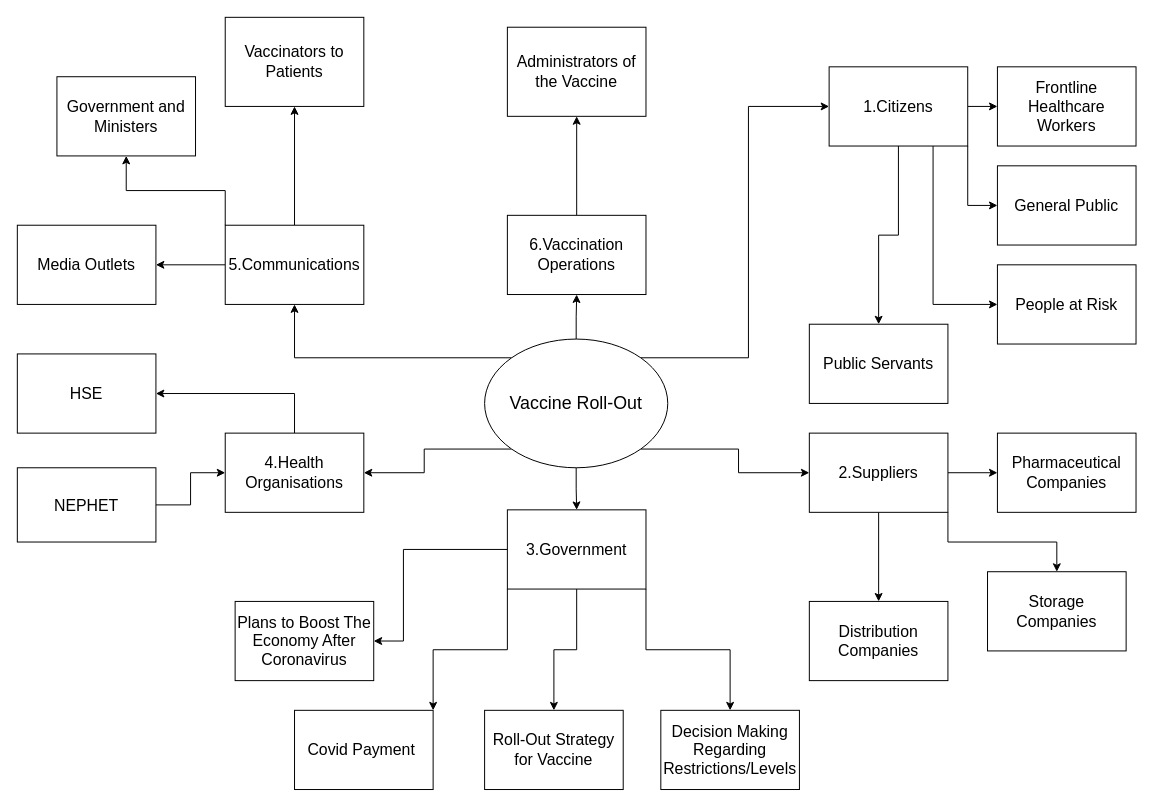
This is Stakeholder Map.drawio from 119433684/119433684.github.io, a draw.io file, before an edit. Source tidied: cells renumbered, new cells numbered last; positions are measured from the earlier drawing's top-left corner, leaving out a move shared by most shapes. Both pictures are drawn from the tidied source at 99%, with x=0, y=0 at pixel (17, 17).
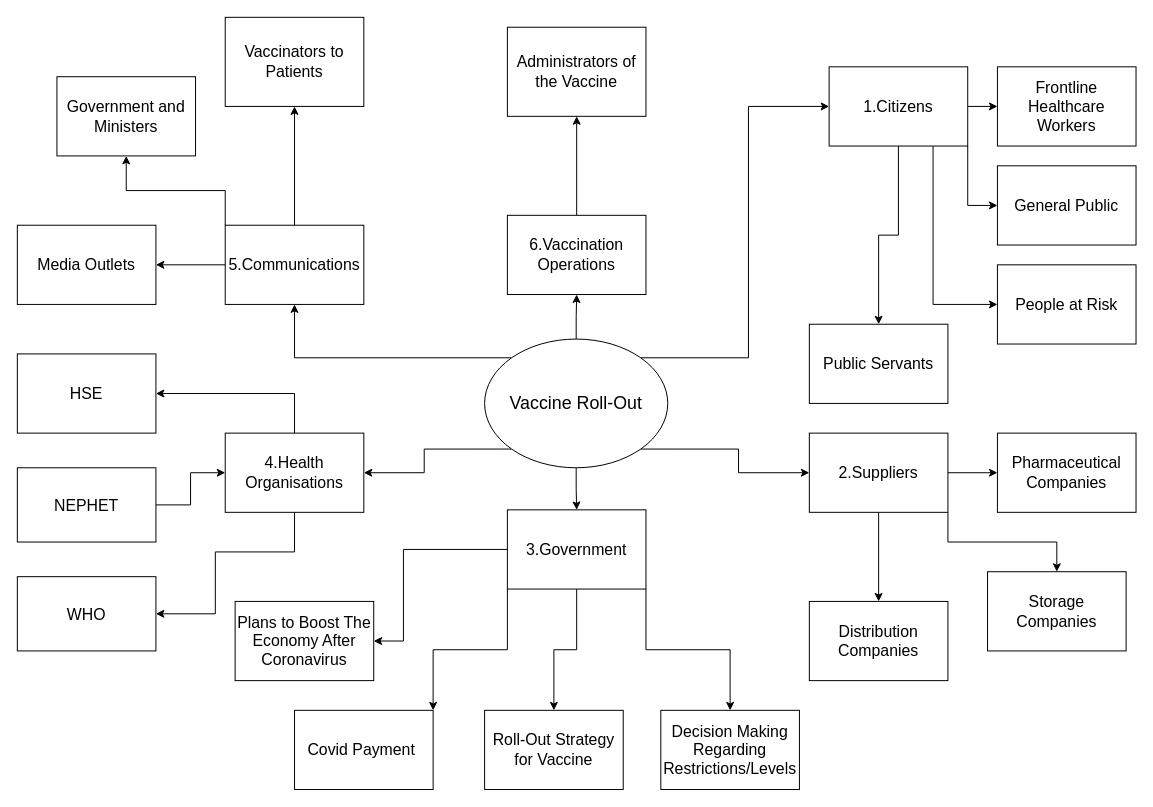
The same diagram, later.

The change refers to these unchanged cells:
```xml
<mxCell id="10" value="4.Health Organisations" style="rounded=0;whiteSpace=wrap;html=1;fontSize=16;" parent="1" vertex="1">
  <mxGeometry x="210" y="420" width="140" height="80" as="geometry" />
</mxCell>
```

The edit, as a diff of the source:
```diff
@@
+    <mxCell id="49" style="edgeStyle=orthogonalEdgeStyle;rounded=0;jettySize=auto;html=1;exitX=0.5;exitY=1;exitDx=0;exitDy=0;entryX=1;entryY=0.5;entryDx=0;entryDy=0;fontSize=16;" parent="1" edge="1" source="10" target="50">
+      <mxGeometry relative="1" as="geometry">
+        <Array as="points">
+          <mxPoint x="280" y="540" />
+          <mxPoint x="200" y="540" />
+          <mxPoint x="200" y="603" />
+        </Array>
+      </mxGeometry>
+    </mxCell>
@@
+    <mxCell id="50" value="WHO" style="rounded=0;whiteSpace=wrap;html=1;direction=east;fontSize=16;" parent="1" vertex="1">
+      <mxGeometry y="565" width="140" height="75" as="geometry" />
+    </mxCell>
```
